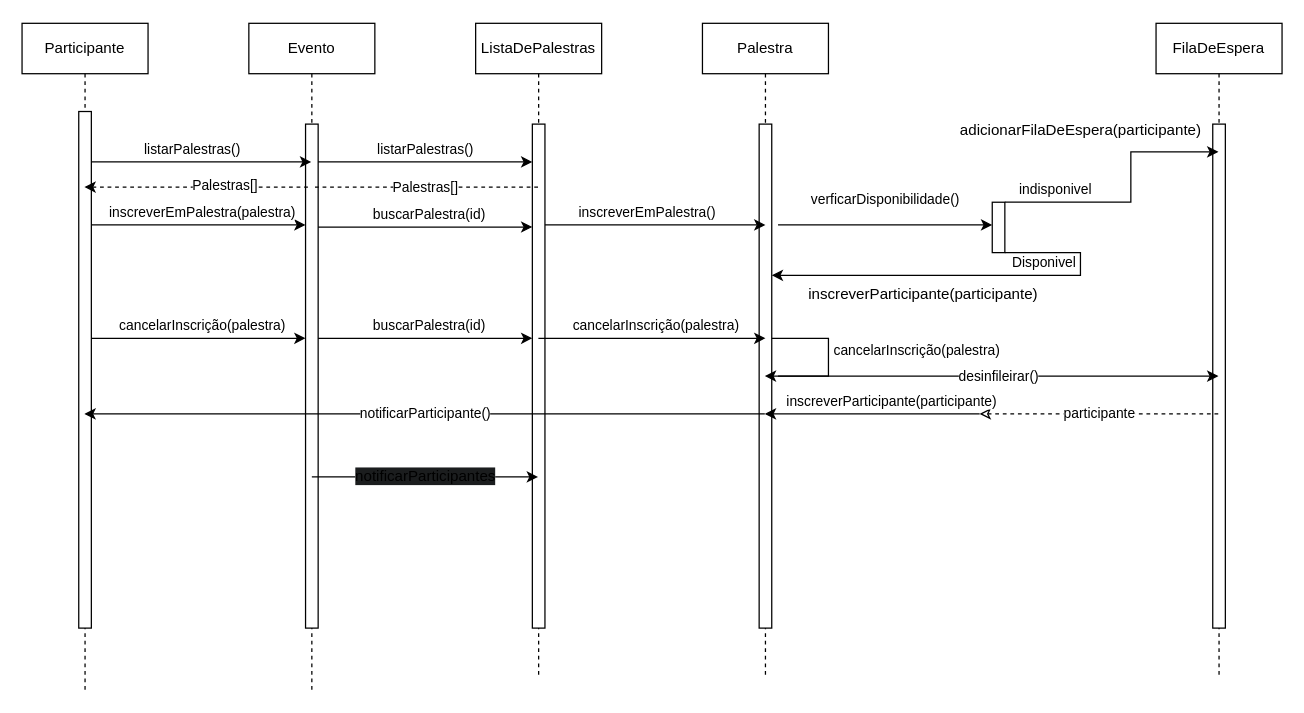
This is Diagrama sem nome.drawio from henriquechiacchio/-estruturas_dados, a draw.io file, before an edit. Source tidied: cells renumbered, new cells numbered last; positions are measured from the earlier drawing's top-left corner, leaving out a move shared by most shapes. Both pictures are drawn from the tidied source at 126%, with x=0, y=0 at pixel (21, 23).
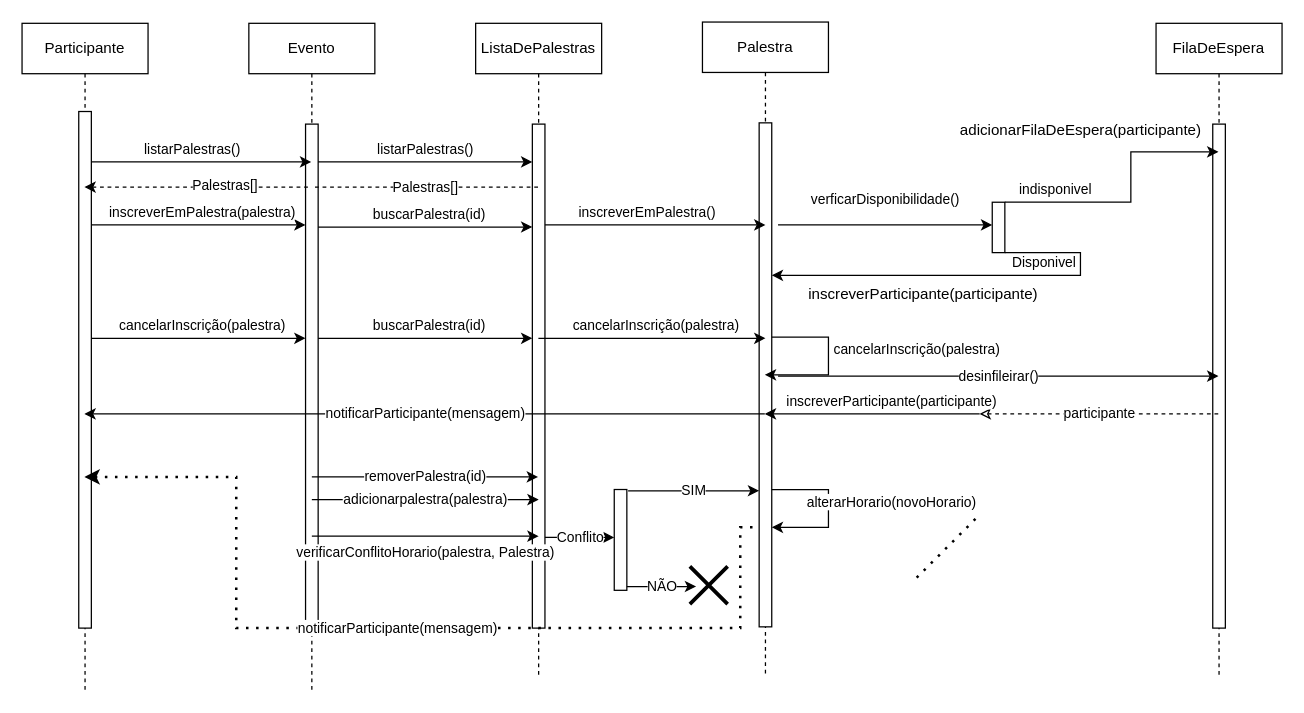
The same page after the edit.

Commit message:
Finalização Diagrama

The change refers to these unchanged cells:
```xml
<mxCell id="2" value="Participante" style="shape=umlLifeline;perimeter=lifelinePerimeter;whiteSpace=wrap;html=1;outlineConnect=0;portConstraint=eastwest;newEdgeStyle={&quot;edgeStyle&quot;:&quot;elbowEdgeStyle&quot;,&quot;elbow&quot;:&quot;vertical&quot;,&quot;curved&quot;:0,&quot;rounded&quot;:0};" parent="1" vertex="1">
  <mxGeometry width="100" height="530" as="geometry" />
</mxCell>
<mxCell id="7" style="html=1;points=[];perimeter=orthogonalPerimeter;outlineConnect=0;targetShapes=umlLifeline;portConstraint=eastwest;newEdgeStyle={&quot;edgeStyle&quot;:&quot;elbowEdgeStyle&quot;,&quot;elbow&quot;:&quot;vertical&quot;,&quot;curved&quot;:0,&quot;rounded&quot;:0};" parent="6" vertex="1">
  <mxGeometry x="45" y="80" width="10" height="400" as="geometry" />
</mxCell>
<mxCell id="9" value="ListaDePalestras" style="shape=umlLifeline;perimeter=lifelinePerimeter;whiteSpace=wrap;html=1;outlineConnect=0;portConstraint=eastwest;newEdgeStyle={&quot;edgeStyle&quot;:&quot;elbowEdgeStyle&quot;,&quot;elbow&quot;:&quot;vertical&quot;,&quot;curved&quot;:0,&quot;rounded&quot;:0};" parent="1" vertex="1">
  <mxGeometry x="360" width="100" height="520" as="geometry" />
</mxCell>
```

Diff of the diagram source:
```diff
@@
     <mxCell id="6" value="Palestra" style="shape=umlLifeline;perimeter=lifelinePerimeter;whiteSpace=wrap;html=1;outlineConnect=0;portConstraint=eastwest;newEdgeStyle={&quot;edgeStyle&quot;:&quot;elbowEdgeStyle&quot;,&quot;elbow&quot;:&quot;vertical&quot;,&quot;curved&quot;:0,&quot;rounded&quot;:0};" parent="1" vertex="1">
-      <mxGeometry x="540" width="100" height="520" as="geometry" />
+      <mxGeometry x="540" y="-1" width="100" height="520" as="geometry" />
     </mxCell>
@@
+    <mxCell id="35" style="shape=umlDestroy;whiteSpace=wrap;html=1;strokeWidth=3;targetShapes=umlLifeline;" parent="6" vertex="1">
+      <mxGeometry x="-10" y="432" width="30" height="30" as="geometry" />
+    </mxCell>
+    <mxCell id="36" value="alterarHorario(novoHorario)" style="endArrow=classic;html=1;rounded=0;" parent="6" edge="1" source="7" target="7">
+      <mxGeometry x="-0.08" y="50" relative="1" as="geometry">
+        <Array as="points">
+          <mxPoint x="100" y="371" />
+          <mxPoint x="100" y="401" />
+        </Array>
+      </mxGeometry>
+    </mxCell>
@@
-    <mxCell id="32" value="notificarParticipante()" style="endArrow=classic;html=1;rounded=0;" parent="1" edge="1" source="6" target="2">
+    <mxCell id="32" value="notificarParticipante(mensagem)" style="endArrow=classic;html=1;rounded=0;" parent="1" edge="1" source="6" target="2">
       <mxGeometry relative="1" as="geometry">
         <Array as="points">
           <mxPoint x="500" y="310" />
         </Array>
       </mxGeometry>
     </mxCell>
@@
-    <mxCell id="34" value="&lt;br&gt;&lt;span style=&quot;font-size: 12px; text-align: left; text-wrap-mode: wrap; background-color: rgb(27, 29, 30);&quot;&gt;notificarParticipantes&lt;/span&gt;&lt;div&gt;&lt;br/&gt;&lt;/div&gt;" style="endArrow=classic;html=1;rounded=0;" parent="1" edge="1" target="9">
+    <mxCell id="34" value="removerPalestra(id)" style="endArrow=classic;html=1;rounded=0;" parent="1" edge="1" target="9">
       <mxGeometry relative="1" as="geometry">
         <mxPoint x="230" y="360" as="sourcePoint" />
       </mxGeometry>
     </mxCell>
+    <mxCell id="37" value="adicionarpalestra(palestra)" style="endArrow=classic;html=1;rounded=0;" parent="1" edge="1">
+      <mxGeometry relative="1" as="geometry">
+        <mxPoint x="230" y="378" as="sourcePoint" />
+        <mxPoint x="410" y="378" as="targetPoint" />
+      </mxGeometry>
+    </mxCell>
+    <mxCell id="38" value="verificarConflitoHorario(palestra, Palestra)" style="endArrow=classic;html=1;rounded=0;" parent="1" edge="1">
+      <mxGeometry y="-13" relative="1" as="geometry">
+        <mxPoint x="230" y="407" as="sourcePoint" />
+        <mxPoint x="410" y="407" as="targetPoint" />
+      </mxGeometry>
+    </mxCell>
+    <mxCell id="39" value="Conflito" style="endArrow=classic;html=1;rounded=0;" parent="1" edge="1">
+      <mxGeometry relative="1" as="geometry">
+        <mxPoint x="415" y="408" as="sourcePoint" />
+        <mxPoint x="470" y="408" as="targetPoint" />
+      </mxGeometry>
+    </mxCell>
+    <mxCell id="40" style="html=1;perimeter=orthogonalPerimeter;targetShapes=umlLifeline;newEdgeStyle={&quot;curved&quot;:0,&quot;rounded&quot;:0};" parent="1" vertex="1">
+      <mxGeometry x="470" y="370" width="10" height="80" as="geometry" />
+    </mxCell>
+    <mxCell id="41" value="SIM" style="endArrow=classic;html=1;rounded=0;" parent="1" edge="1" target="7">
+      <mxGeometry relative="1" as="geometry">
+        <mxPoint x="481" y="371" as="sourcePoint" />
+      </mxGeometry>
+    </mxCell>
+    <mxCell id="42" value="NÃO" style="endArrow=classic;html=1;rounded=0;" parent="1" edge="1">
+      <mxGeometry relative="1" as="geometry">
+        <mxPoint x="480" y="447" as="sourcePoint" />
+        <mxPoint x="535" y="447" as="targetPoint" />
+      </mxGeometry>
+    </mxCell>
+    <mxCell id="43" style="endArrow=none;dashed=1;html=1;dashPattern=1 3;strokeWidth=2;rounded=0;" parent="1" edge="1">
+      <mxGeometry relative="1" as="geometry">
+        <mxPoint x="710" y="440" as="sourcePoint" />
+        <mxPoint x="760" y="390" as="targetPoint" />
+      </mxGeometry>
+    </mxCell>
+    <mxCell id="44" value="notificarParticipante(mensagem)" style="endArrow=none;dashed=1;html=1;dashPattern=1 3;strokeWidth=2;rounded=0;startArrow=classic;startFill=1;" parent="1" edge="1" source="2" target="7">
+      <mxGeometry relative="1" as="geometry">
+        <Array as="points">
+          <mxPoint x="170" y="360" />
+          <mxPoint x="170" y="480" />
+          <mxPoint x="570" y="480" />
+          <mxPoint x="570" y="400" />
+        </Array>
+      </mxGeometry>
+    </mxCell>
```
